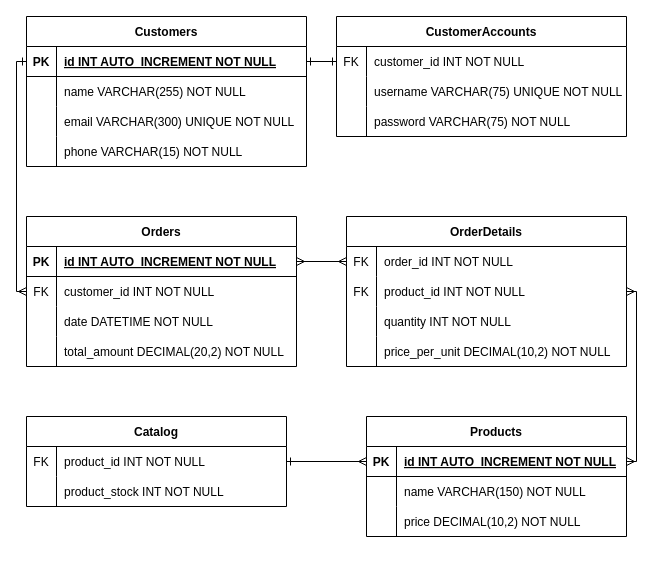
Before: relationship_tables.drawio in Tmiseray/E-Commerce-API, a draw.io diagram. Source tidied: cells renumbered, new cells numbered last; positions are measured from the earlier drawing's top-left corner, leaving out a move shared by most shapes. Both pictures are drawn from the tidied source at 100%, with x=0, y=0 at pixel (26, 16).
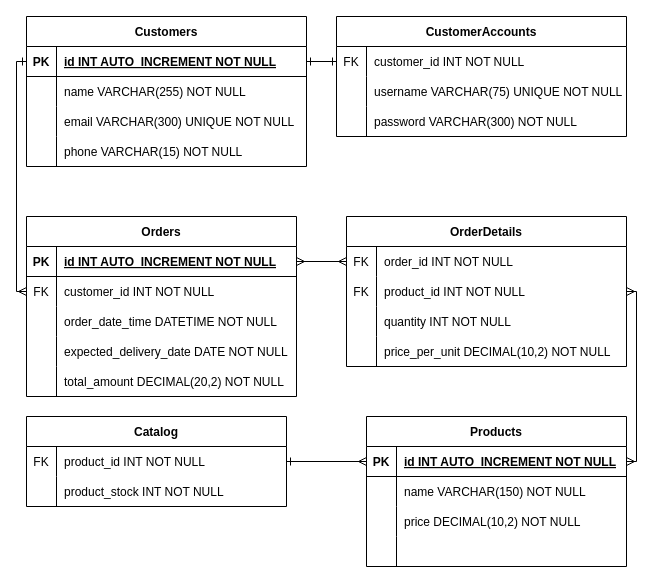
The same page after the edit.

The change refers to these unchanged cells:
```xml
<mxCell id="9" style="shape=tableRow;horizontal=0;startSize=0;swimlaneHead=0;swimlaneBody=0;fillColor=none;top=0;left=0;right=0;bottom=0;" parent="2" vertex="1">
  <mxGeometry y="90" width="290" height="30" as="geometry" />
</mxCell>
<mxCell id="32" style="shape=tableRow;horizontal=0;startSize=0;swimlaneHead=0;swimlaneBody=0;fillColor=none;top=0;left=0;right=0;bottom=0;" parent="25" vertex="1">
  <mxGeometry y="90" width="270" height="30" as="geometry" />
</mxCell>
```

The edit, as a diff of the source:
```diff
@@
-    <mxCell id="11" value="password VARCHAR(75) NOT NULL" style="shape=partialRectangle;fillColor=none;top=0;left=0;bottom=0;right=0;align=left;spacingLeft=6;overflow=hidden;" parent="9" vertex="1">
+    <mxCell id="11" value="password VARCHAR(300) NOT NULL" style="shape=partialRectangle;fillColor=none;top=0;left=0;bottom=0;right=0;align=left;spacingLeft=6;overflow=hidden;" parent="9" vertex="1">
       <mxGeometry x="30" width="260" height="30" as="geometry" />
     </mxCell>
@@
     <mxCell id="25" value="Orders" style="shape=table;startSize=30;childLayout=tableLayout;rowLines=0;fontStyle=1;align=center;" parent="1" vertex="1">
-      <mxGeometry y="200" width="270" height="150" as="geometry" />
+      <mxGeometry y="200" width="270" height="180" as="geometry" />
     </mxCell>
@@
-    <mxCell id="34" value="date DATETIME NOT NULL" style="shape=partialRectangle;fillColor=none;top=0;left=0;bottom=0;right=0;align=left;spacingLeft=6;overflow=hidden;" parent="32" vertex="1">
+    <mxCell id="34" value="order_date_time DATETIME NOT NULL" style="shape=partialRectangle;fillColor=none;top=0;left=0;bottom=0;right=0;align=left;spacingLeft=6;overflow=hidden;" parent="32" vertex="1">
       <mxGeometry x="30" width="240" height="30" as="geometry" />
     </mxCell>
+    <mxCell id="73" style="shape=tableRow;horizontal=0;startSize=0;swimlaneHead=0;swimlaneBody=0;fillColor=none;top=0;left=0;right=0;bottom=0;" parent="25" vertex="1">
+      <mxGeometry y="120" width="270" height="30" as="geometry" />
+    </mxCell>
+    <mxCell id="74" style="shape=partialRectangle;fillColor=none;top=0;left=0;bottom=0;right=0;overflow=hidden;" parent="73" vertex="1">
+      <mxGeometry width="30" height="30" as="geometry" />
+    </mxCell>
+    <mxCell id="75" value="expected_delivery_date DATE NOT NULL" style="shape=partialRectangle;fillColor=none;top=0;left=0;bottom=0;right=0;align=left;spacingLeft=6;overflow=hidden;" parent="73" vertex="1">
+      <mxGeometry x="30" width="240" height="30" as="geometry" />
+    </mxCell>
     <mxCell id="35" style="shape=tableRow;horizontal=0;startSize=0;swimlaneHead=0;swimlaneBody=0;fillColor=none;top=0;left=0;right=0;bottom=0;" parent="25" vertex="1">
-      <mxGeometry y="120" width="270" height="30" as="geometry" />
+      <mxGeometry y="150" width="270" height="30" as="geometry" />
     </mxCell>
@@
     <mxCell id="58" value="Products" style="shape=table;startSize=30;childLayout=tableLayout;rowLines=0;fontStyle=1;align=center;" parent="1" vertex="1">
-      <mxGeometry x="340" y="400" width="260" height="120" as="geometry" />
+      <mxGeometry x="340" y="400" width="260" height="150" as="geometry" />
     </mxCell>
@@
+    <mxCell id="76" style="shape=tableRow;horizontal=0;startSize=0;swimlaneHead=0;swimlaneBody=0;fillColor=none;top=0;left=0;right=0;bottom=0;" parent="58" vertex="1">
+      <mxGeometry y="120" width="260" height="30" as="geometry" />
+    </mxCell>
+    <mxCell id="77" style="shape=partialRectangle;fillColor=none;top=0;left=0;bottom=0;right=0;overflow=hidden;" parent="76" vertex="1">
+      <mxGeometry width="30" height="30" as="geometry" />
+    </mxCell>
+    <mxCell id="78" style="shape=partialRectangle;fillColor=none;top=0;left=0;bottom=0;right=0;align=left;spacingLeft=6;overflow=hidden;" parent="76" vertex="1">
+      <mxGeometry x="30" width="230" height="30" as="geometry" />
+    </mxCell>
```
